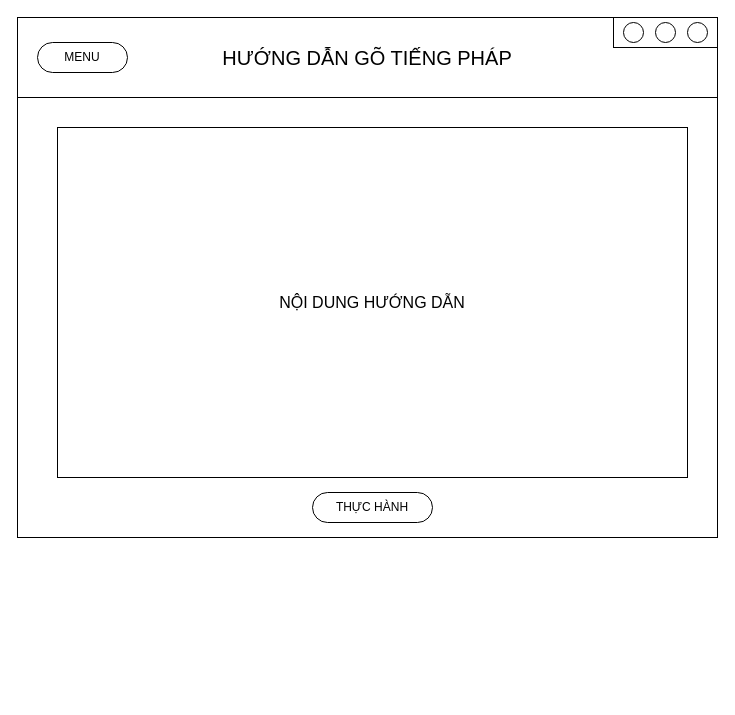
Above: page "Hướng dẫn (1)" (6 of 16) of GUI.drawio in Tran-Long-Vu/AppVocabFR (draw.io), before the change. Source tidied: cells renumbered, new cells numbered last; positions are measured from the earlier drawing's top-left corner, leaving out a move shared by most shapes. Both pictures are drawn from the tidied source at 100%, with x=0, y=0 at pixel (17, 17).
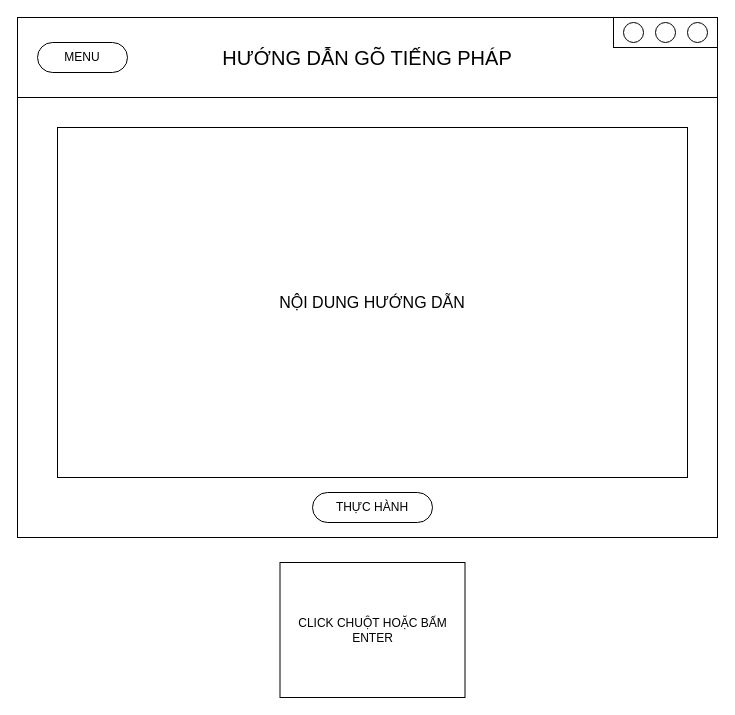
The same diagram, later.

What changed in the source:
```diff
@@
 <mxGraphModel>
   <root>
     <mxCell id="0" />
     <mxCell id="1" parent="0" />
     <mxCell id="2" style="rounded=0;whiteSpace=wrap;html=1;" parent="1" vertex="1">
       <mxGeometry width="700" height="520" as="geometry" />
     </mxCell>
     <mxCell id="3" value="&lt;font style=&quot;font-size: 20px;&quot;&gt;HƯỚNG DẪN GÕ TIẾNG PHÁP&lt;/font&gt;" style="rounded=0;whiteSpace=wrap;html=1;" parent="1" vertex="1">
       <mxGeometry width="700" height="80" as="geometry" />
     </mxCell>
     <mxCell id="4" value="&lt;font style=&quot;font-size: 16px;&quot;&gt;NỘI DUNG HƯỚNG DẪN&lt;/font&gt;" style="rounded=0;whiteSpace=wrap;html=1;" parent="1" vertex="1">
       <mxGeometry x="40" y="110" width="630" height="350" as="geometry" />
     </mxCell>
     <mxCell id="5" style="group;" parent="1" vertex="1">
       <mxGeometry x="596" width="104" height="30" as="geometry" />
     </mxCell>
     <mxCell id="6" style="group;" parent="5" vertex="1">
       <mxGeometry width="104" height="30" as="geometry" />
     </mxCell>
     <mxCell id="7" style="rounded=0;whiteSpace=wrap;html=1;" parent="6" vertex="1">
       <mxGeometry width="104" height="30" as="geometry" />
     </mxCell>
     <mxCell id="8" style="ellipse;whiteSpace=wrap;html=1;" parent="6" vertex="1">
       <mxGeometry x="10" y="5" width="20" height="20" as="geometry" />
     </mxCell>
     <mxCell id="9" style="ellipse;whiteSpace=wrap;html=1;" parent="6" vertex="1">
       <mxGeometry x="42" y="5" width="20" height="20" as="geometry" />
     </mxCell>
     <mxCell id="10" style="ellipse;whiteSpace=wrap;html=1;" parent="6" vertex="1">
       <mxGeometry x="74" y="5" width="20" height="20" as="geometry" />
     </mxCell>
     <mxCell id="11" value="MENU" style="rounded=1;whiteSpace=wrap;html=1;arcSize=50;" parent="1" vertex="1">
       <mxGeometry x="20" y="25" width="90" height="30" as="geometry" />
     </mxCell>
     <mxCell id="12" value="THỰC HÀNH" style="rounded=1;whiteSpace=wrap;html=1;arcSize=50;" parent="1" vertex="1">
       <mxGeometry x="295" y="475" width="120" height="30" as="geometry" />
     </mxCell>
+    <mxCell id="13" value="CLICK CHUỘT HOẶC BẤM ENTER" style="rounded=0;whiteSpace=wrap;html=1;" parent="1" vertex="1">
+      <mxGeometry x="262.5" y="545" width="185" height="135" as="geometry" />
+    </mxCell>
   </root>
 </mxGraphModel>
```
